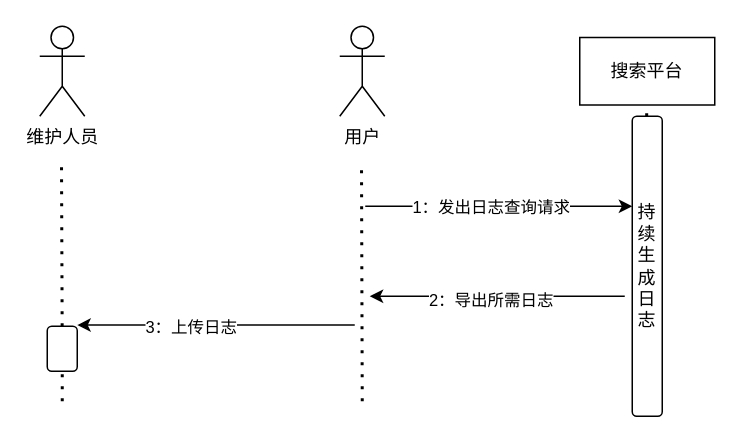
RimLutienpeist/Draw_io_Repo keeps this draw.io diagram as 日志查询.drawio. Above is the earlier version. Source tidied: cells renumbered, new cells numbered last; positions are measured from the earlier drawing's top-left corner, leaving out a move shared by most shapes. Both pictures are drawn from the tidied source at 150%, with x=0, y=0 at pixel (39, 26).
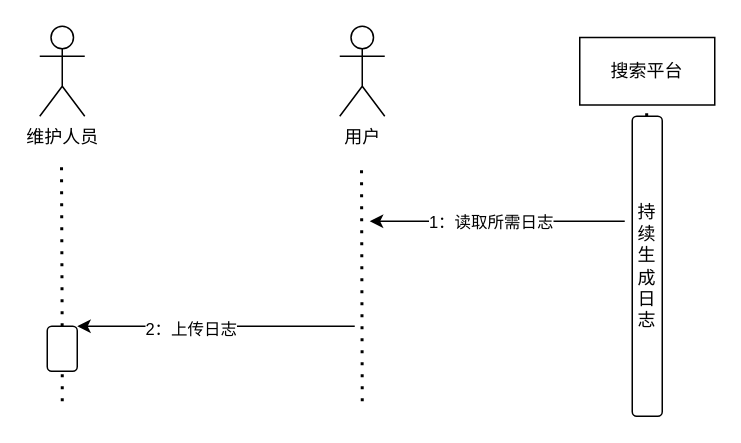
After the change.

Commit message:
更新日志查询.drawio

Change to the diagram source:
```diff
@@
-    <mxCell id="7" style="endArrow=classic;html=1;rounded=0;" parent="1" edge="1">
-      <mxGeometry relative="1" as="geometry">
-        <mxPoint x="217" y="120" as="sourcePoint" />
-        <mxPoint x="395" y="120" as="targetPoint" />
-      </mxGeometry>
-    </mxCell>
-    <mxCell id="8" value="1：发出日志查询请求" style="edgeLabel;html=1;align=center;verticalAlign=middle;" parent="7" vertex="1">
-      <mxGeometry x="-0.17" y="1" relative="1" as="geometry">
-        <mxPoint x="9" y="1" as="offset" />
-      </mxGeometry>
-    </mxCell>
     <mxCell id="9" style="endArrow=classic;html=1;rounded=0;" parent="1" edge="1">
       <mxGeometry relative="1" as="geometry">
-        <mxPoint x="390" y="180" as="sourcePoint" />
-        <mxPoint x="220" y="180" as="targetPoint" />
+        <mxPoint x="390" y="130" as="sourcePoint" />
+        <mxPoint x="220" y="130" as="targetPoint" />
       </mxGeometry>
     </mxCell>
-    <mxCell id="10" value="2：导出所需日志" style="edgeLabel;html=1;align=center;verticalAlign=middle;" parent="9" vertex="1">
+    <mxCell id="10" value="1：读取所需日志" style="edgeLabel;html=1;align=center;verticalAlign=middle;" parent="9" vertex="1">
       <mxGeometry x="-0.17" y="1" relative="1" as="geometry">
-        <mxPoint x="-19" y="1" as="offset" />
+        <mxPoint x="-19" y="-1" as="offset" />
       </mxGeometry>
     </mxCell>
     <mxCell id="11" style="endArrow=classic;html=1;rounded=0;exitX=0;exitY=1;exitDx=0;exitDy=0;" parent="1" edge="1">
       <mxGeometry relative="1" as="geometry">
-        <mxPoint x="210" y="199.2" as="sourcePoint" />
-        <mxPoint x="25" y="199.2" as="targetPoint" />
+        <mxPoint x="210" y="200" as="sourcePoint" />
+        <mxPoint x="25" y="200" as="targetPoint" />
       </mxGeometry>
     </mxCell>
-    <mxCell id="12" value="3：上传日志" style="edgeLabel;html=1;align=center;verticalAlign=middle;" parent="11" vertex="1">
+    <mxCell id="12" value="2：上传日志" style="edgeLabel;html=1;align=center;verticalAlign=middle;" parent="11" vertex="1">
       <mxGeometry x="0.34" y="1" relative="1" as="geometry">
         <mxPoint x="14" as="offset" />
       </mxGeometry>
     </mxCell>
```
